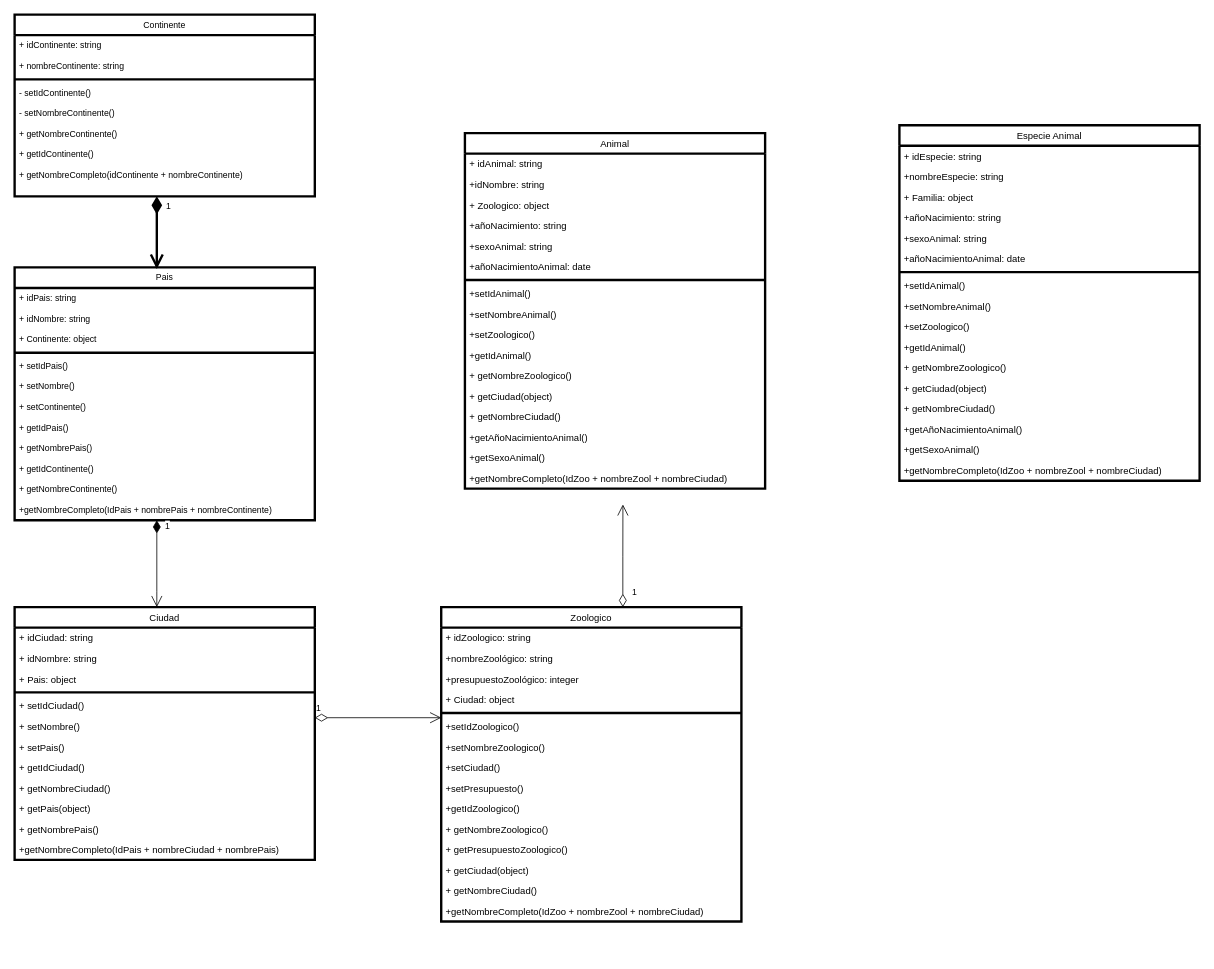
The draw.io diagram zoologico1.drawio in joaonunez/diagramasClase, before the edit. Source tidied: cells renumbered, new cells numbered last; positions are measured from the earlier drawing's top-left corner, leaving out a move shared by most shapes. Both pictures are drawn from the tidied source at 79%, with x=0, y=0 at pixel (14, 14).
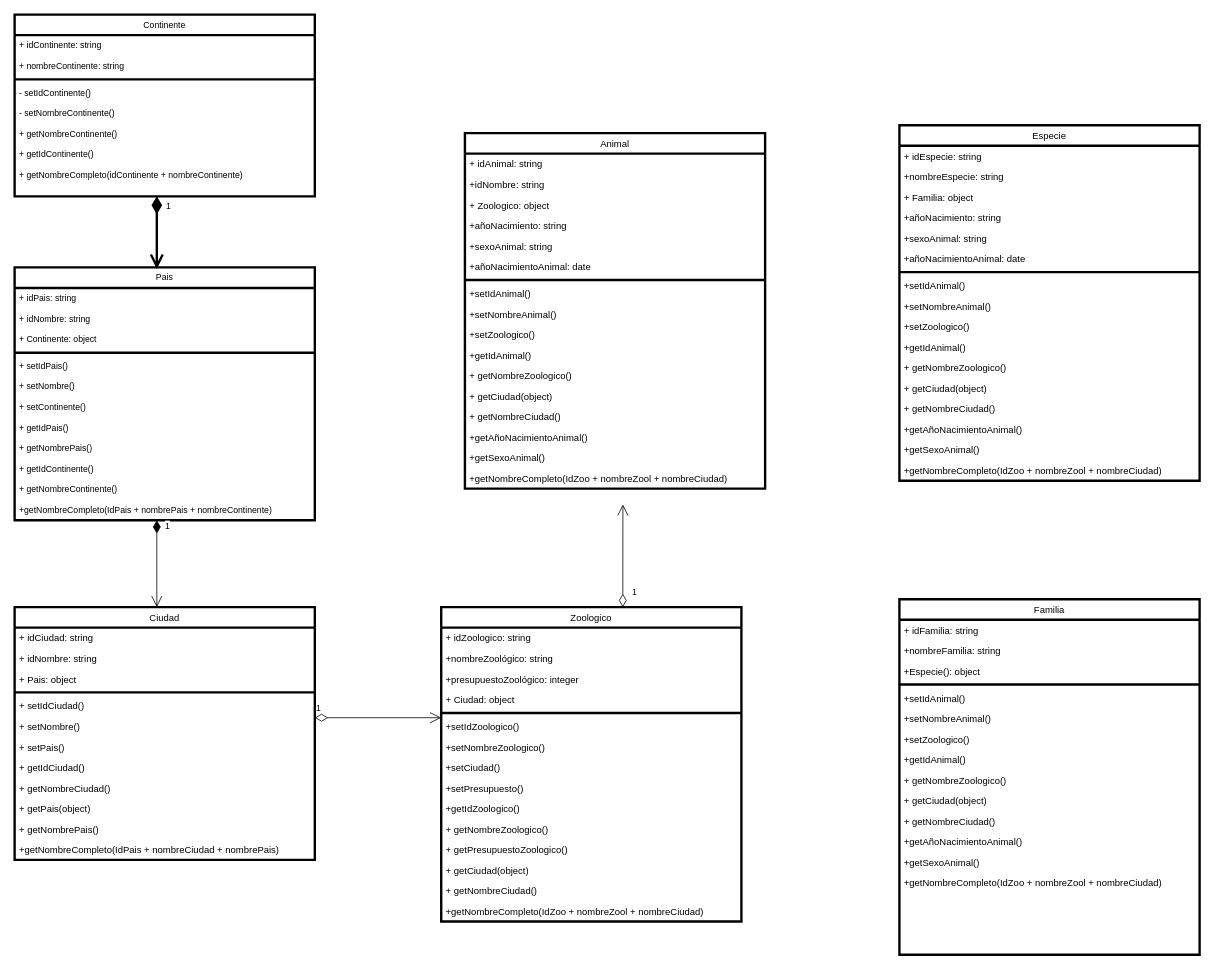
After the change.

Diff of the diagram source:
```diff
@@
-    <mxCell id="75" value="Especie Animal" style="swimlane;fontStyle=0;align=center;verticalAlign=top;horizontal=1;startSize=26;rounded=0;shadow=0;strokeWidth=3;fontSize=12;" parent="1" vertex="1">
+    <mxCell id="75" value="Especie" style="swimlane;fontStyle=0;align=center;verticalAlign=top;horizontal=1;startSize=26;rounded=0;shadow=0;strokeWidth=3;fontSize=12;" parent="1" vertex="1">
       <mxGeometry x="1120" y="140" width="380" height="450" as="geometry" />
     </mxCell>
@@
+    <mxCell id="93" value="Familia" style="swimlane;fontStyle=0;align=center;verticalAlign=top;horizontal=1;startSize=26;rounded=0;shadow=0;strokeWidth=3;fontSize=12;" parent="1" vertex="1">
+      <mxGeometry x="1120" y="740" width="380" height="450" as="geometry" />
+    </mxCell>
+    <mxCell id="94" value="+ idFamilia: string" style="text;align=left;verticalAlign=top;spacingLeft=4;spacingRight=4;overflow=hidden;fontSize=12;fontStyle=0;strokeWidth=3;" parent="93" vertex="1">
+      <mxGeometry y="26" width="380" height="26" as="geometry" />
+    </mxCell>
+    <mxCell id="95" value="+nombreFamilia: string" style="text;align=left;verticalAlign=top;spacingLeft=4;spacingRight=4;overflow=hidden;fontSize=12;fontStyle=0;strokeWidth=3;" parent="93" vertex="1">
+      <mxGeometry y="52" width="380" height="26" as="geometry" />
+    </mxCell>
+    <mxCell id="96" value="+Especie(): object" style="text;align=left;verticalAlign=top;spacingLeft=4;spacingRight=4;overflow=hidden;fontSize=12;fontStyle=0;strokeWidth=3;" parent="93" vertex="1">
+      <mxGeometry y="78" width="380" height="26" as="geometry" />
+    </mxCell>
+    <mxCell id="97" style="line;html=1;strokeWidth=3;align=left;verticalAlign=middle;spacingTop=-1;spacingLeft=3;spacingRight=3;labelPosition=right;fontSize=12;fontStyle=0;" parent="93" vertex="1">
+      <mxGeometry y="104" width="380" height="8" as="geometry" />
+    </mxCell>
+    <mxCell id="98" value="+setIdAnimal()" style="text;align=left;verticalAlign=top;spacingLeft=4;spacingRight=4;overflow=hidden;fontSize=12;fontStyle=0;strokeWidth=3;" parent="93" vertex="1">
+      <mxGeometry y="112" width="380" height="26" as="geometry" />
+    </mxCell>
+    <mxCell id="99" value="+setNombreAnimal()" style="text;align=left;verticalAlign=top;spacingLeft=4;spacingRight=4;overflow=hidden;fontSize=12;fontStyle=0;strokeWidth=3;" parent="93" vertex="1">
+      <mxGeometry y="138" width="380" height="26" as="geometry" />
+    </mxCell>
+    <mxCell id="100" value="+setZoologico()" style="text;align=left;verticalAlign=top;spacingLeft=4;spacingRight=4;overflow=hidden;fontSize=12;fontStyle=0;strokeWidth=3;" parent="93" vertex="1">
+      <mxGeometry y="164" width="380" height="26" as="geometry" />
+    </mxCell>
+    <mxCell id="101" value="+getIdAnimal()" style="text;align=left;verticalAlign=top;spacingLeft=4;spacingRight=4;overflow=hidden;fontSize=12;fontStyle=0;strokeWidth=3;" parent="93" vertex="1">
+      <mxGeometry y="190" width="380" height="26" as="geometry" />
+    </mxCell>
+    <mxCell id="102" value="+ getNombreZoologico()" style="text;align=left;verticalAlign=top;spacingLeft=4;spacingRight=4;overflow=hidden;fontSize=12;fontStyle=0;strokeWidth=3;" parent="93" vertex="1">
+      <mxGeometry y="216" width="380" height="26" as="geometry" />
+    </mxCell>
+    <mxCell id="103" value="+ getCiudad(object)" style="text;align=left;verticalAlign=top;spacingLeft=4;spacingRight=4;overflow=hidden;fontSize=12;fontStyle=0;strokeWidth=3;" parent="93" vertex="1">
+      <mxGeometry y="242" width="380" height="26" as="geometry" />
+    </mxCell>
+    <mxCell id="104" value="+ getNombreCiudad()" style="text;align=left;verticalAlign=top;spacingLeft=4;spacingRight=4;overflow=hidden;fontSize=12;fontStyle=0;strokeWidth=3;" parent="93" vertex="1">
+      <mxGeometry y="268" width="380" height="26" as="geometry" />
+    </mxCell>
+    <mxCell id="105" value="+getAñoNacimientoAnimal()" style="text;align=left;verticalAlign=top;spacingLeft=4;spacingRight=4;overflow=hidden;fontSize=12;fontStyle=0;strokeWidth=3;" parent="93" vertex="1">
+      <mxGeometry y="294" width="380" height="26" as="geometry" />
+    </mxCell>
+    <mxCell id="106" value="+getSexoAnimal()" style="text;align=left;verticalAlign=top;spacingLeft=4;spacingRight=4;overflow=hidden;fontSize=12;fontStyle=0;strokeWidth=3;" parent="93" vertex="1">
+      <mxGeometry y="320" width="380" height="26" as="geometry" />
+    </mxCell>
+    <mxCell id="107" value="+getNombreCompleto(IdZoo + nombreZool + nombreCiudad)" style="text;align=left;verticalAlign=top;spacingLeft=4;spacingRight=4;overflow=hidden;fontSize=12;fontStyle=0;strokeWidth=3;" parent="93" vertex="1">
+      <mxGeometry y="346" width="380" height="26" as="geometry" />
+    </mxCell>
```
